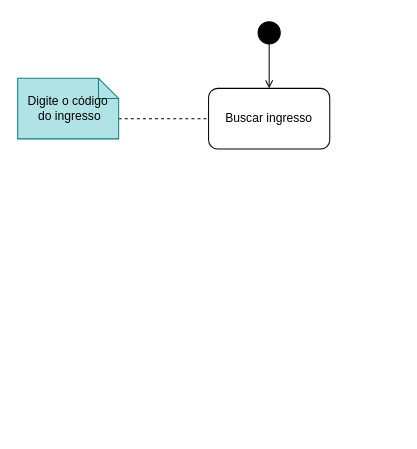
Earlier version of the draw.io diagram Diagrama de atividade - Desistir do ingresso.drawio (JudilenaGalvao/Projeto-POO). Source tidied: cells renumbered, new cells numbered last; positions are measured from the earlier drawing's top-left corner, leaving out a move shared by most shapes. Both pictures are drawn from the tidied source at 101%, with x=0, y=0 at pixel (17, 17).
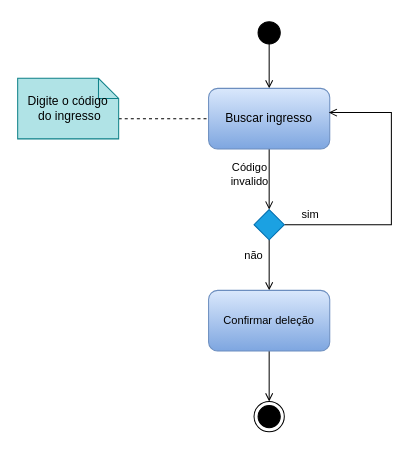
Above is the later version.

The edit, as a diff of the source:
```diff
@@
 <mxGraphModel>
   <root>
     <mxCell id="0" />
     <mxCell id="1" parent="0" />
     <mxCell id="2" style="edgeStyle=orthogonalEdgeStyle;rounded=0;jettySize=auto;html=1;exitX=0.5;exitY=0.8;exitDx=0;exitDy=0;entryX=0.5;entryY=0;entryDx=0;entryDy=0;exitPerimeter=0;endArrow=open;endFill=0;" parent="1" edge="1" source="3" target="4">
       <mxGeometry relative="1" as="geometry" />
     </mxCell>
     <mxCell id="3" style="ellipse;html=1;shape=startState;fillColor=#000000;strokeColor=#000000;" parent="1" vertex="1">
       <mxGeometry x="234" width="30" height="30" as="geometry" />
     </mxCell>
+    <mxCell id="7" style="edgeStyle=orthogonalEdgeStyle;rounded=0;jettySize=auto;html=1;exitX=0.5;exitY=1;exitDx=0;exitDy=0;entryX=0.5;entryY=0;entryDx=0;entryDy=0;endArrow=open;endFill=0;" parent="1" edge="1" source="4" target="10">
+      <mxGeometry relative="1" as="geometry" />
+    </mxCell>
-    <mxCell id="4" value="Buscar ingresso" style="rounded=1;whiteSpace=wrap;html=1;" parent="1" vertex="1">
+    <mxCell id="4" value="Buscar ingresso" style="rounded=1;whiteSpace=wrap;html=1;fillColor=#dae8fc;gradientColor=#7ea6e0;strokeColor=#6c8ebf;" parent="1" vertex="1">
       <mxGeometry x="189" y="70" width="120" height="60" as="geometry" />
     </mxCell>
     <mxCell id="5" style="edgeStyle=orthogonalEdgeStyle;rounded=0;jettySize=auto;html=1;exitX=0;exitY=0;exitDx=100;exitDy=40;exitPerimeter=0;entryX=0;entryY=0.5;entryDx=0;entryDy=0;endArrow=none;endFill=0;dashed=1;" parent="1" edge="1" source="6" target="4">
       <mxGeometry relative="1" as="geometry" />
     </mxCell>
     <mxCell id="6" value="Digite o código&lt;br style=&quot;border-color: var(--border-color);&quot;&gt;&lt;span style=&quot;&quot;&gt;&amp;nbsp;do ingresso&lt;/span&gt;" style="shape=note;size=20;whiteSpace=wrap;html=1;fillColor=#b0e3e6;strokeColor=#0e8088;" parent="1" vertex="1">
       <mxGeometry y="60" width="100" height="60" as="geometry" />
     </mxCell>
+    <mxCell id="8" style="edgeStyle=orthogonalEdgeStyle;shape=connector;rounded=0;jettySize=auto;html=1;exitX=1;exitY=0.5;exitDx=0;exitDy=0;entryX=0.992;entryY=0.4;entryDx=0;entryDy=0;entryPerimeter=0;labelBackgroundColor=default;strokeColor=default;fontFamily=Helvetica;fontSize=11;fontColor=default;endArrow=open;endFill=0;" parent="1" edge="1" source="10" target="4">
+      <mxGeometry relative="1" as="geometry">
+        <Array as="points">
+          <mxPoint x="370" y="205" />
+          <mxPoint x="370" y="94" />
+        </Array>
+      </mxGeometry>
+    </mxCell>
+    <mxCell id="9" style="edgeStyle=orthogonalEdgeStyle;shape=connector;rounded=0;jettySize=auto;html=1;exitX=0.5;exitY=1;exitDx=0;exitDy=0;entryX=0.5;entryY=0;entryDx=0;entryDy=0;labelBackgroundColor=default;strokeColor=default;fontFamily=Helvetica;fontSize=11;fontColor=default;endArrow=open;endFill=0;" parent="1" edge="1" source="10" target="14">
+      <mxGeometry relative="1" as="geometry" />
+    </mxCell>
+    <mxCell id="10" style="rhombus;whiteSpace=wrap;html=1;fillColor=#1ba1e2;strokeColor=#006EAF;fontColor=#ffffff;" parent="1" vertex="1">
+      <mxGeometry x="234" y="190" width="30" height="30" as="geometry" />
+    </mxCell>
+    <mxCell id="11" value="Código invalido" style="text;html=1;strokeColor=none;fillColor=none;align=center;verticalAlign=middle;whiteSpace=wrap;rounded=0;fontSize=11;fontFamily=Helvetica;fontColor=default;" parent="1" vertex="1">
+      <mxGeometry x="200" y="140" width="60" height="30" as="geometry" />
+    </mxCell>
+    <mxCell id="12" value="sim" style="text;html=1;strokeColor=none;fillColor=none;align=center;verticalAlign=middle;whiteSpace=wrap;rounded=0;fontSize=11;fontFamily=Helvetica;fontColor=default;" parent="1" vertex="1">
+      <mxGeometry x="260" y="180" width="60" height="30" as="geometry" />
+    </mxCell>
+    <mxCell id="13" style="edgeStyle=orthogonalEdgeStyle;shape=connector;rounded=0;jettySize=auto;html=1;exitX=0.5;exitY=1;exitDx=0;exitDy=0;entryX=0.5;entryY=0;entryDx=0;entryDy=0;labelBackgroundColor=default;strokeColor=default;fontFamily=Helvetica;fontSize=11;fontColor=default;endArrow=open;endFill=0;" parent="1" edge="1" source="14" target="16">
+      <mxGeometry relative="1" as="geometry" />
+    </mxCell>
+    <mxCell id="14" value="Confirmar deleção" style="rounded=1;whiteSpace=wrap;html=1;fontFamily=Helvetica;fontSize=11;fillColor=#dae8fc;gradientColor=#7ea6e0;strokeColor=#6c8ebf;" parent="1" vertex="1">
+      <mxGeometry x="189" y="270" width="120" height="60" as="geometry" />
+    </mxCell>
+    <mxCell id="15" value="não" style="text;html=1;strokeColor=none;fillColor=none;align=center;verticalAlign=middle;whiteSpace=wrap;rounded=0;fontSize=11;fontFamily=Helvetica;fontColor=default;" parent="1" vertex="1">
+      <mxGeometry x="204" y="220" width="60" height="30" as="geometry" />
+    </mxCell>
+    <mxCell id="16" style="ellipse;html=1;shape=endState;fillColor=#000000;strokeColor=#000000;fontFamily=Helvetica;fontSize=11;fontColor=default;" parent="1" vertex="1">
+      <mxGeometry x="234" y="380" width="30" height="30" as="geometry" />
+    </mxCell>
   </root>
 </mxGraphModel>
```
